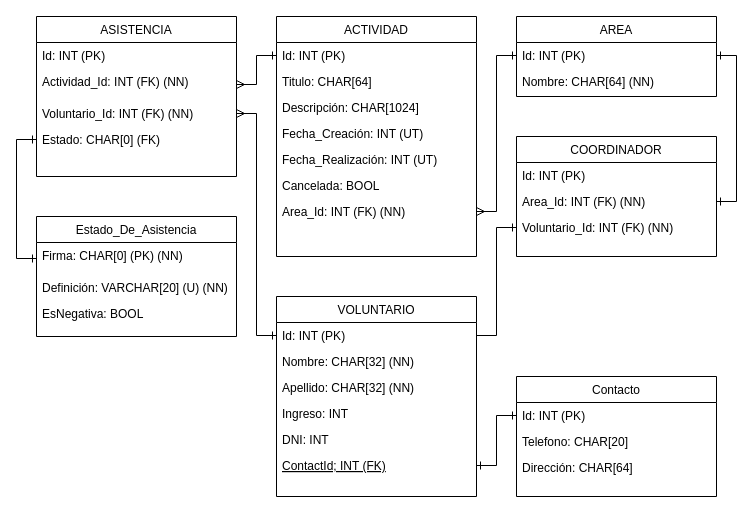
Earlier version of the draw.io diagram dragrama-fisico.drawio (DDamianoff/Scavenger-Oversight). Source tidied: cells renumbered, new cells numbered last; positions are measured from the earlier drawing's top-left corner, leaving out a move shared by most shapes. Both pictures are drawn from the tidied source at 100%, with x=0, y=0 at pixel (36, 16).
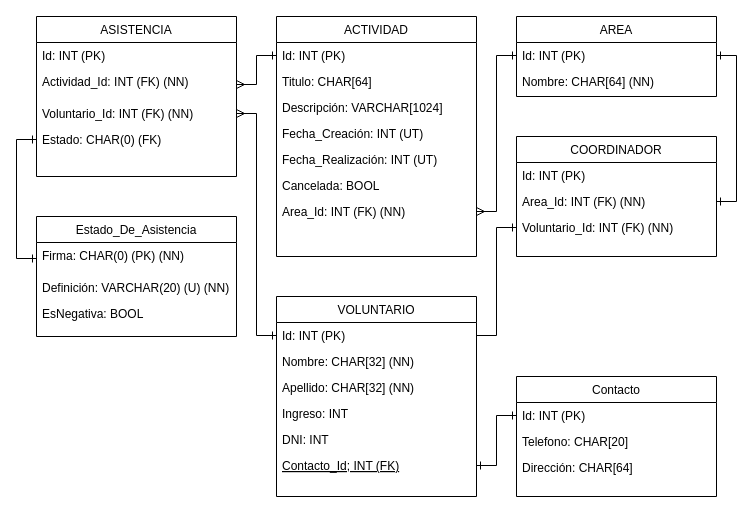
The same diagram, later.

Commit message:
paréntesis en lugar de corchetes

The change refers to these unchanged cells:
```xml
<mxCell id="2" value="VOLUNTARIO" style="swimlane;fontStyle=0;align=center;verticalAlign=top;horizontal=1;startSize=26;rounded=0;shadow=0;strokeWidth=1;" parent="1" vertex="1">
  <mxGeometry x="240" y="280" width="200" height="200" as="geometry" />
</mxCell>
<mxCell id="14" value="ACTIVIDAD" style="swimlane;fontStyle=0;align=center;verticalAlign=top;horizontal=1;startSize=26;rounded=0;shadow=0;strokeWidth=1;" parent="1" vertex="1">
  <mxGeometry x="240" width="200" height="240" as="geometry" />
</mxCell>
<mxCell id="22" value="ASISTENCIA" style="swimlane;fontStyle=0;align=center;verticalAlign=top;horizontal=1;startSize=26;rounded=0;shadow=0;strokeWidth=1;" parent="1" vertex="1">
  <mxGeometry width="200" height="160" as="geometry" />
</mxCell>
<mxCell id="39" value="Estado_De_Asistencia" style="swimlane;fontStyle=0;align=center;verticalAlign=top;horizontal=1;startSize=26;rounded=0;shadow=0;strokeWidth=1;" parent="1" vertex="1">
  <mxGeometry y="200" width="200" height="120" as="geometry" />
</mxCell>
```

Change to the diagram source:
```diff
@@
-    <mxCell id="8" value="ContactId; INT (FK)" style="text;align=left;verticalAlign=top;spacingLeft=4;spacingRight=4;overflow=hidden;points=[[0,0.5],[1,0.5]];portConstraint=eastwest;fontStyle=4;" parent="2" vertex="1">
+    <mxCell id="8" value="Contacto_Id; INT (FK)" style="text;align=left;verticalAlign=top;spacingLeft=4;spacingRight=4;overflow=hidden;points=[[0,0.5],[1,0.5]];portConstraint=eastwest;fontStyle=4;" parent="2" vertex="1">
       <mxGeometry y="156" width="200" height="26" as="geometry" />
     </mxCell>
@@
-    <mxCell id="17" value="Descripción: CHAR[1024]" style="text;align=left;verticalAlign=top;spacingLeft=4;spacingRight=4;overflow=hidden;" parent="14" vertex="1">
+    <mxCell id="17" value="Descripción: VARCHAR[1024]" style="text;align=left;verticalAlign=top;spacingLeft=4;spacingRight=4;overflow=hidden;" parent="14" vertex="1">
       <mxGeometry y="78" width="200" height="26" as="geometry" />
     </mxCell>
@@
-    <mxCell id="26" value="Estado: CHAR[0] (FK)" style="text;align=left;verticalAlign=top;spacingLeft=4;spacingRight=4;overflow=hidden;points=[[0,0.5],[1,0.5]];portConstraint=eastwest;" parent="22" vertex="1">
+    <mxCell id="26" value="Estado: CHAR(0) (FK)" style="text;align=left;verticalAlign=top;spacingLeft=4;spacingRight=4;overflow=hidden;points=[[0,0.5],[1,0.5]];portConstraint=eastwest;" parent="22" vertex="1">
       <mxGeometry y="110" width="200" height="26" as="geometry" />
     </mxCell>
@@
-    <mxCell id="40" value="Firma: CHAR[0] (PK) (NN)" style="text;align=left;verticalAlign=top;spacingLeft=4;spacingRight=4;overflow=hidden;points=[[0,0.5],[1,0.5]];portConstraint=eastwest;" parent="39" vertex="1">
+    <mxCell id="40" value="Firma: CHAR(0) (PK) (NN)" style="text;align=left;verticalAlign=top;spacingLeft=4;spacingRight=4;overflow=hidden;points=[[0,0.5],[1,0.5]];portConstraint=eastwest;" parent="39" vertex="1">
       <mxGeometry y="26" width="200" height="32" as="geometry" />
     </mxCell>
-    <mxCell id="41" value="Definición: VARCHAR[20] (U) (NN)" style="text;align=left;verticalAlign=top;spacingLeft=4;spacingRight=4;overflow=hidden;" parent="39" vertex="1">
+    <mxCell id="41" value="Definición: VARCHAR(20) (U) (NN)" style="text;align=left;verticalAlign=top;spacingLeft=4;spacingRight=4;overflow=hidden;" parent="39" vertex="1">
       <mxGeometry y="58" width="200" height="26" as="geometry" />
     </mxCell>
```
